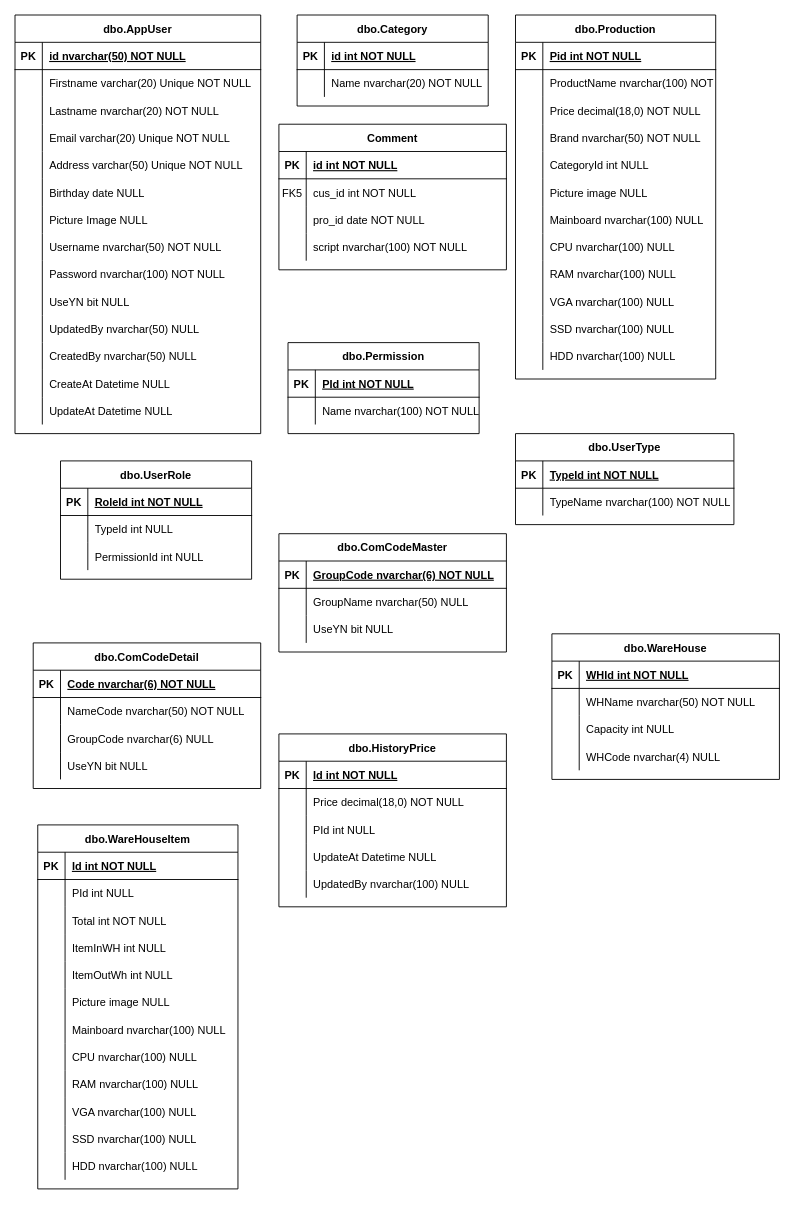
Before: Untitled Diagram.drawio in danblue3/test, a draw.io diagram. Source tidied: cells renumbered, new cells numbered last; positions are measured from the earlier drawing's top-left corner, leaving out a move shared by most shapes. Both pictures are drawn from the tidied source at 91%, with x=0, y=0 at pixel (15, 15).
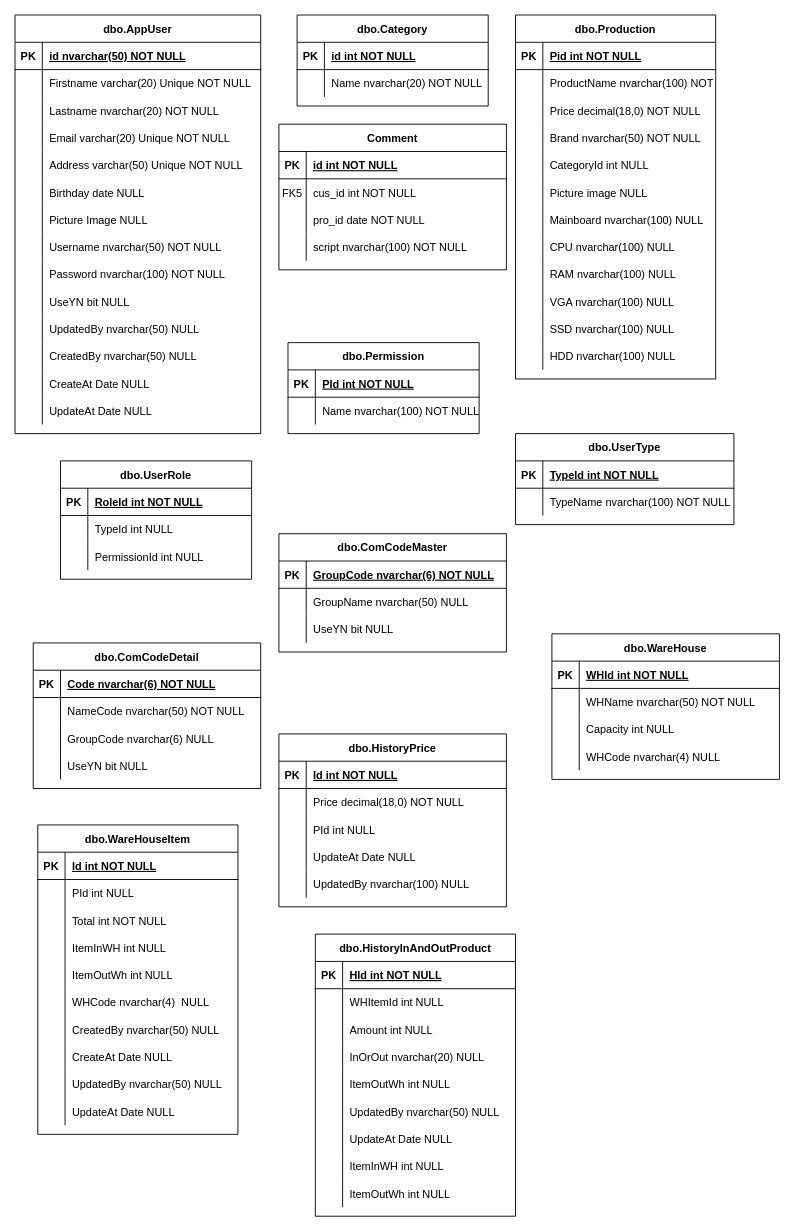
The same page after the edit.

Unchanged cells that the change refers to:
```xml
<mxCell id="56" style="shape=partialRectangle;fillColor=none;top=0;left=0;right=0;bottom=0;" parent="19" vertex="1">
  <mxGeometry y="390" width="270" height="30" as="geometry" />
</mxCell>
<mxCell id="59" style="shape=partialRectangle;fillColor=none;top=0;left=0;right=0;bottom=0;" parent="19" vertex="1">
  <mxGeometry y="420" width="270" height="30" as="geometry" />
</mxCell>
<mxCell id="172" style="shape=partialRectangle;fillColor=none;top=0;left=0;right=0;bottom=0;" parent="162" vertex="1">
  <mxGeometry y="120" width="250" height="30" as="geometry" />
</mxCell>
<mxCell id="194" style="shape=partialRectangle;fillColor=none;top=0;left=0;right=0;bottom=0;" parent="178" vertex="1">
  <mxGeometry y="180" width="220" height="30" as="geometry" />
</mxCell>
<mxCell id="197" style="shape=partialRectangle;fillColor=none;top=0;left=0;right=0;bottom=0;" parent="178" vertex="1">
  <mxGeometry y="210" width="220" height="30" as="geometry" />
</mxCell>
<mxCell id="200" style="shape=partialRectangle;fillColor=none;top=0;left=0;right=0;bottom=0;" parent="178" vertex="1">
  <mxGeometry y="240" width="220" height="30" as="geometry" />
</mxCell>
<mxCell id="203" style="shape=partialRectangle;fillColor=none;top=0;left=0;right=0;bottom=0;" parent="178" vertex="1">
  <mxGeometry y="270" width="220" height="30" as="geometry" />
</mxCell>
<mxCell id="206" style="shape=partialRectangle;fillColor=none;top=0;left=0;right=0;bottom=0;" parent="178" vertex="1">
  <mxGeometry y="300" width="220" height="30" as="geometry" />
</mxCell>
```

What changed in the source:
```diff
@@
-    <mxCell id="58" value="CreateAt Datetime NULL" style="shape=partialRectangle;overflow=hidden;fillColor=none;top=0;left=0;bottom=0;right=0;align=left;spacingLeft=6;" parent="56" vertex="1">
+    <mxCell id="58" value="CreateAt Date NULL" style="shape=partialRectangle;overflow=hidden;fillColor=none;top=0;left=0;bottom=0;right=0;align=left;spacingLeft=6;" parent="56" vertex="1">
       <mxGeometry x="30" width="240" height="30" as="geometry" />
     </mxCell>
@@
-    <mxCell id="61" value="UpdateAt Datetime NULL" style="shape=partialRectangle;overflow=hidden;fillColor=none;top=0;left=0;bottom=0;right=0;align=left;spacingLeft=6;" parent="59" vertex="1">
+    <mxCell id="61" value="UpdateAt Date NULL" style="shape=partialRectangle;overflow=hidden;fillColor=none;top=0;left=0;bottom=0;right=0;align=left;spacingLeft=6;" parent="59" vertex="1">
       <mxGeometry x="30" width="240" height="30" as="geometry" />
     </mxCell>
@@
-    <mxCell id="174" value="UpdateAt Datetime NULL" style="shape=partialRectangle;overflow=hidden;fillColor=none;top=0;left=0;bottom=0;right=0;align=left;spacingLeft=6;" parent="172" vertex="1">
+    <mxCell id="174" value="UpdateAt Date NULL" style="shape=partialRectangle;overflow=hidden;fillColor=none;top=0;left=0;bottom=0;right=0;align=left;spacingLeft=6;" parent="172" vertex="1">
       <mxGeometry x="30" width="220" height="30" as="geometry" />
     </mxCell>
@@
     <mxCell id="178" value="dbo.WareHouseItem" style="shape=table;startSize=30;childLayout=tableLayout;rowLines=0;fontStyle=1;align=center;" parent="1" vertex="1">
-      <mxGeometry x="25" y="890" width="220" height="400" as="geometry" />
+      <mxGeometry x="25" y="890" width="220" height="340" as="geometry" />
     </mxCell>
@@
-    <mxCell id="196" value="Picture image NULL" style="shape=partialRectangle;overflow=hidden;fillColor=none;top=0;left=0;bottom=0;right=0;align=left;spacingLeft=6;" parent="194" vertex="1">
+    <mxCell id="196" value="WHCode nvarchar(4)  NULL" style="shape=partialRectangle;overflow=hidden;fillColor=none;top=0;left=0;bottom=0;right=0;align=left;spacingLeft=6;" parent="194" vertex="1">
       <mxGeometry x="30" width="190" height="30" as="geometry" />
     </mxCell>
@@
-    <mxCell id="199" value="Mainboard nvarchar(100) NULL" style="shape=partialRectangle;overflow=hidden;fillColor=none;top=0;left=0;bottom=0;right=0;align=left;spacingLeft=6;" parent="197" vertex="1">
+    <mxCell id="199" value="CreatedBy nvarchar(50) NULL" style="shape=partialRectangle;overflow=hidden;fillColor=none;top=0;left=0;bottom=0;right=0;align=left;spacingLeft=6;" parent="197" vertex="1">
       <mxGeometry x="30" width="190" height="30" as="geometry" />
     </mxCell>
@@
-    <mxCell id="202" value="CPU nvarchar(100) NULL" style="shape=partialRectangle;overflow=hidden;fillColor=none;top=0;left=0;bottom=0;right=0;align=left;spacingLeft=6;" parent="200" vertex="1">
+    <mxCell id="202" value="CreateAt Date NULL" style="shape=partialRectangle;overflow=hidden;fillColor=none;top=0;left=0;bottom=0;right=0;align=left;spacingLeft=6;" parent="200" vertex="1">
       <mxGeometry x="30" width="190" height="30" as="geometry" />
     </mxCell>
@@
-    <mxCell id="205" value="RAM nvarchar(100) NULL" style="shape=partialRectangle;overflow=hidden;fillColor=none;top=0;left=0;bottom=0;right=0;align=left;spacingLeft=6;" parent="203" vertex="1">
+    <mxCell id="205" value="UpdatedBy nvarchar(50) NULL" style="shape=partialRectangle;overflow=hidden;fillColor=none;top=0;left=0;bottom=0;right=0;align=left;spacingLeft=6;" parent="203" vertex="1">
       <mxGeometry x="30" width="190" height="30" as="geometry" />
     </mxCell>
@@
-    <mxCell id="208" value="VGA nvarchar(100) NULL" style="shape=partialRectangle;overflow=hidden;fillColor=none;top=0;left=0;bottom=0;right=0;align=left;spacingLeft=6;" parent="206" vertex="1">
+    <mxCell id="208" value="UpdateAt Date NULL" style="shape=partialRectangle;overflow=hidden;fillColor=none;top=0;left=0;bottom=0;right=0;align=left;spacingLeft=6;" parent="206" vertex="1">
       <mxGeometry x="30" width="190" height="30" as="geometry" />
     </mxCell>
-    <mxCell id="209" style="shape=partialRectangle;fillColor=none;top=0;left=0;right=0;bottom=0;" parent="178" vertex="1">
-      <mxGeometry y="330" width="220" height="30" as="geometry" />
-    </mxCell>
-    <mxCell id="210" style="shape=partialRectangle;overflow=hidden;fillColor=none;top=0;left=0;bottom=0;right=0;" parent="209" vertex="1">
-      <mxGeometry width="30" height="30" as="geometry" />
-    </mxCell>
-    <mxCell id="211" value="SSD nvarchar(100) NULL" style="shape=partialRectangle;overflow=hidden;fillColor=none;top=0;left=0;bottom=0;right=0;align=left;spacingLeft=6;" parent="209" vertex="1">
-      <mxGeometry x="30" width="190" height="30" as="geometry" />
-    </mxCell>
-    <mxCell id="212" style="shape=partialRectangle;fillColor=none;top=0;left=0;right=0;bottom=0;" parent="178" vertex="1">
-      <mxGeometry y="360" width="220" height="30" as="geometry" />
-    </mxCell>
-    <mxCell id="213" style="shape=partialRectangle;overflow=hidden;fillColor=none;top=0;left=0;bottom=0;right=0;" parent="212" vertex="1">
-      <mxGeometry width="30" height="30" as="geometry" />
-    </mxCell>
-    <mxCell id="214" value="HDD nvarchar(100) NULL" style="shape=partialRectangle;overflow=hidden;fillColor=none;top=0;left=0;bottom=0;right=0;align=left;spacingLeft=6;" parent="212" vertex="1">
-      <mxGeometry x="30" width="190" height="30" as="geometry" />
-    </mxCell>
+    <mxCell id="215" value="dbo.HistoryInAndOutProduct" style="shape=table;startSize=30;childLayout=tableLayout;rowLines=0;fontStyle=1;align=center;" parent="1" vertex="1">
+      <mxGeometry x="330" y="1010" width="220" height="310" as="geometry" />
+    </mxCell>
+    <mxCell id="216" style="shape=partialRectangle;fillColor=none;top=0;left=0;right=0;bottom=1;" parent="215" vertex="1">
+      <mxGeometry y="30" width="220" height="30" as="geometry" />
+    </mxCell>
+    <mxCell id="217" value="PK" style="shape=partialRectangle;overflow=hidden;fillColor=none;top=0;left=0;bottom=0;right=0;fontStyle=1;" parent="216" vertex="1">
+      <mxGeometry width="30" height="30" as="geometry" />
+    </mxCell>
+    <mxCell id="218" value="HId int NOT NULL " style="shape=partialRectangle;overflow=hidden;fillColor=none;top=0;left=0;bottom=0;right=0;align=left;spacingLeft=6;fontStyle=5;" parent="216" vertex="1">
+      <mxGeometry x="30" width="190" height="30" as="geometry" />
+    </mxCell>
+    <mxCell id="219" style="shape=partialRectangle;fillColor=none;top=0;left=0;right=0;bottom=0;" parent="215" vertex="1">
+      <mxGeometry y="60" width="220" height="30" as="geometry" />
+    </mxCell>
+    <mxCell id="220" style="shape=partialRectangle;overflow=hidden;fillColor=none;top=0;left=0;bottom=0;right=0;" parent="219" vertex="1">
+      <mxGeometry width="30" height="30" as="geometry" />
+    </mxCell>
+    <mxCell id="221" value="WHItemId int NULL" style="shape=partialRectangle;overflow=hidden;fillColor=none;top=0;left=0;bottom=0;right=0;align=left;spacingLeft=6;" parent="219" vertex="1">
+      <mxGeometry x="30" width="190" height="30" as="geometry" />
+    </mxCell>
+    <mxCell id="222" style="shape=partialRectangle;fillColor=none;top=0;left=0;right=0;bottom=0;" parent="215" vertex="1">
+      <mxGeometry y="90" width="220" height="30" as="geometry" />
+    </mxCell>
+    <mxCell id="223" style="shape=partialRectangle;overflow=hidden;fillColor=none;top=0;left=0;bottom=0;right=0;" parent="222" vertex="1">
+      <mxGeometry width="30" height="30" as="geometry" />
+    </mxCell>
+    <mxCell id="224" value="Amount int NULL" style="shape=partialRectangle;overflow=hidden;fillColor=none;top=0;left=0;bottom=0;right=0;align=left;spacingLeft=6;" parent="222" vertex="1">
+      <mxGeometry x="30" width="190" height="30" as="geometry" />
+    </mxCell>
+    <mxCell id="225" style="shape=partialRectangle;fillColor=none;top=0;left=0;right=0;bottom=0;" parent="215" vertex="1">
+      <mxGeometry y="120" width="220" height="30" as="geometry" />
+    </mxCell>
+    <mxCell id="226" style="shape=partialRectangle;overflow=hidden;fillColor=none;top=0;left=0;bottom=0;right=0;" parent="225" vertex="1">
+      <mxGeometry width="30" height="30" as="geometry" />
+    </mxCell>
+    <mxCell id="227" value="InOrOut nvarchar(20) NULL" style="shape=partialRectangle;overflow=hidden;fillColor=none;top=0;left=0;bottom=0;right=0;align=left;spacingLeft=6;" parent="225" vertex="1">
+      <mxGeometry x="30" width="190" height="30" as="geometry" />
+    </mxCell>
+    <mxCell id="228" style="shape=partialRectangle;fillColor=none;top=0;left=0;right=0;bottom=0;" parent="215" vertex="1">
+      <mxGeometry y="150" width="220" height="30" as="geometry" />
+    </mxCell>
+    <mxCell id="229" style="shape=partialRectangle;overflow=hidden;fillColor=none;top=0;left=0;bottom=0;right=0;" parent="228" vertex="1">
+      <mxGeometry width="30" height="30" as="geometry" />
+    </mxCell>
+    <mxCell id="230" value="ItemOutWh int NULL" style="shape=partialRectangle;overflow=hidden;fillColor=none;top=0;left=0;bottom=0;right=0;align=left;spacingLeft=6;" parent="228" vertex="1">
+      <mxGeometry x="30" width="190" height="30" as="geometry" />
+    </mxCell>
+    <mxCell id="231" style="shape=partialRectangle;fillColor=none;top=0;left=0;right=0;bottom=0;" parent="215" vertex="1">
+      <mxGeometry y="180" width="220" height="30" as="geometry" />
+    </mxCell>
+    <mxCell id="232" style="shape=partialRectangle;overflow=hidden;fillColor=none;top=0;left=0;bottom=0;right=0;" parent="231" vertex="1">
+      <mxGeometry width="30" height="30" as="geometry" />
+    </mxCell>
+    <mxCell id="233" value="UpdatedBy nvarchar(50) NULL" style="shape=partialRectangle;overflow=hidden;fillColor=none;top=0;left=0;bottom=0;right=0;align=left;spacingLeft=6;" parent="231" vertex="1">
+      <mxGeometry x="30" width="190" height="30" as="geometry" />
+    </mxCell>
+    <mxCell id="234" style="shape=partialRectangle;fillColor=none;top=0;left=0;right=0;bottom=0;" parent="215" vertex="1">
+      <mxGeometry y="210" width="220" height="30" as="geometry" />
+    </mxCell>
+    <mxCell id="235" style="shape=partialRectangle;overflow=hidden;fillColor=none;top=0;left=0;bottom=0;right=0;" parent="234" vertex="1">
+      <mxGeometry width="30" height="30" as="geometry" />
+    </mxCell>
+    <mxCell id="236" value="UpdateAt Date NULL" style="shape=partialRectangle;overflow=hidden;fillColor=none;top=0;left=0;bottom=0;right=0;align=left;spacingLeft=6;" parent="234" vertex="1">
+      <mxGeometry x="30" width="190" height="30" as="geometry" />
+    </mxCell>
+    <mxCell id="237" style="shape=partialRectangle;fillColor=none;top=0;left=0;right=0;bottom=0;" parent="215" vertex="1">
+      <mxGeometry y="240" width="220" height="30" as="geometry" />
+    </mxCell>
+    <mxCell id="238" style="shape=partialRectangle;overflow=hidden;fillColor=none;top=0;left=0;bottom=0;right=0;" parent="237" vertex="1">
+      <mxGeometry width="30" height="30" as="geometry" />
+    </mxCell>
+    <mxCell id="239" value="ItemInWH int NULL" style="shape=partialRectangle;overflow=hidden;fillColor=none;top=0;left=0;bottom=0;right=0;align=left;spacingLeft=6;" parent="237" vertex="1">
+      <mxGeometry x="30" width="190" height="30" as="geometry" />
+    </mxCell>
+    <mxCell id="240" style="shape=partialRectangle;fillColor=none;top=0;left=0;right=0;bottom=0;" parent="215" vertex="1">
+      <mxGeometry y="270" width="220" height="30" as="geometry" />
+    </mxCell>
+    <mxCell id="241" style="shape=partialRectangle;overflow=hidden;fillColor=none;top=0;left=0;bottom=0;right=0;" parent="240" vertex="1">
+      <mxGeometry width="30" height="30" as="geometry" />
+    </mxCell>
+    <mxCell id="242" value="ItemOutWh int NULL" style="shape=partialRectangle;overflow=hidden;fillColor=none;top=0;left=0;bottom=0;right=0;align=left;spacingLeft=6;" parent="240" vertex="1">
+      <mxGeometry x="30" width="190" height="30" as="geometry" />
+    </mxCell>
```
